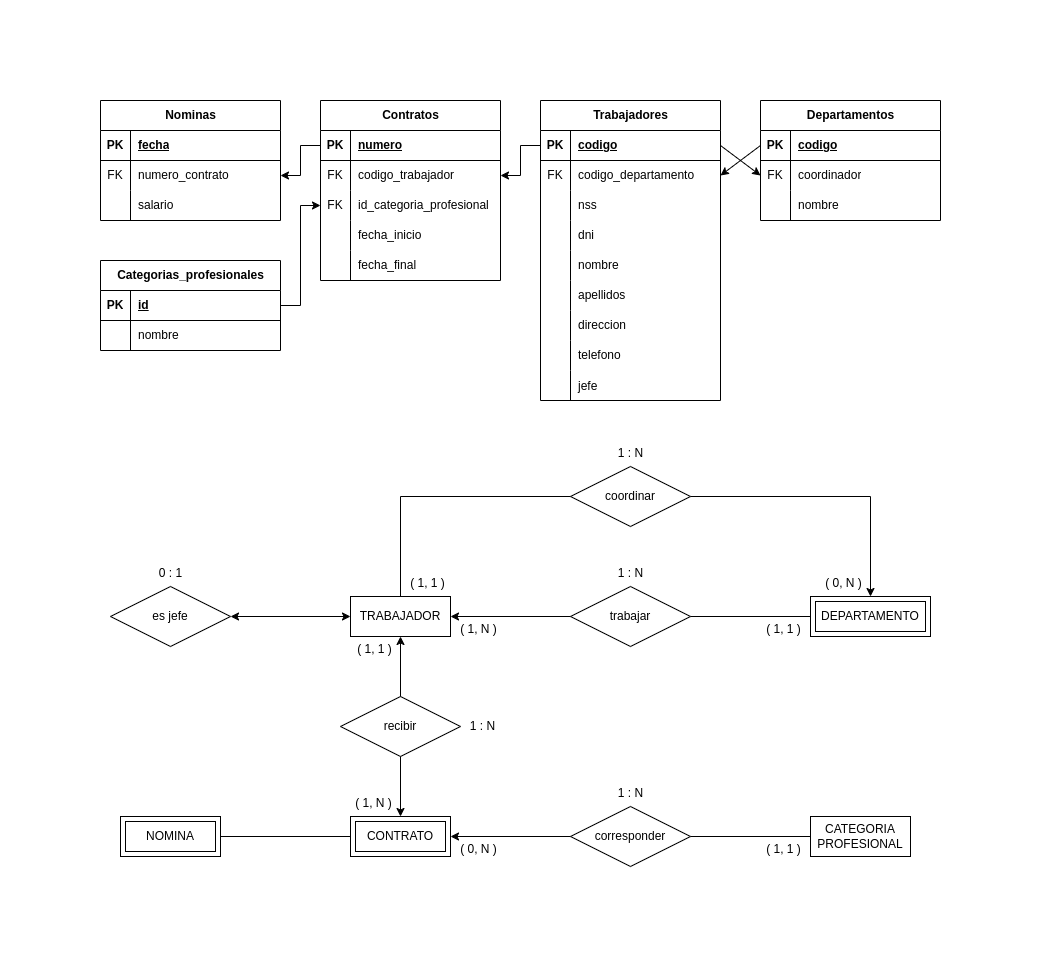
This is CFGS/DAW/BAE/T4_Empresa/Diagrama.png from FJrodafo/University, a draw.io export, as it was before one commit. Source tidied: cells renumbered, new cells last; positions are measured from the earlier drawing's top-left corner, leaving out a move shared by most shapes.
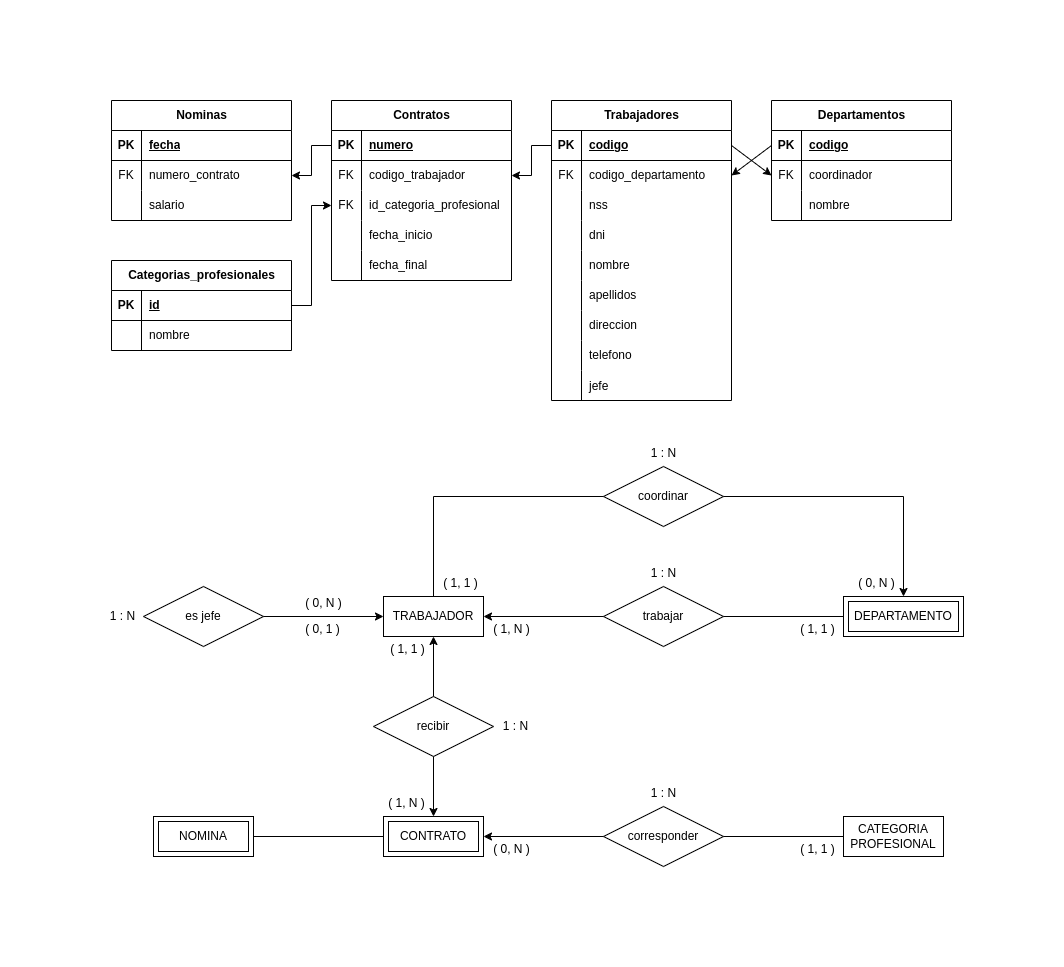
After the commit.

The edit, as a diff of the source:
```diff
@@ -3,7 +3,7 @@
     <mxCell id="0" />
     <mxCell id="1" parent="0" />
     <mxCell id="2" value="Trabajadores" style="shape=table;startSize=30;rowLines=0;fontStyle=1;align=center;html=1;" parent="1" vertex="1">
-      <mxGeometry x="440" width="180" height="300" as="geometry" />
+      <mxGeometry x="418" width="180" height="300" as="geometry" />
     </mxCell>
     <mxCell id="3" style="shape=tableRow;horizontal=0;startSize=0;swimlaneHead=0;swimlaneBody=0;fillColor=none;points=[[0,0.5],[1,0.5]];portConstraint=eastwest;top=0;left=0;right=0;bottom=1;" parent="2" vertex="1">
       <mxGeometry y="30" width="180" height="30" as="geometry" />
@@ -92,8 +92,8 @@
     <mxCell id="31" value="recibir" style="shape=rhombus;perimeter=rhombusPerimeter;whiteSpace=wrap;html=1;align=center;" parent="1" vertex="1">
       <mxGeometry x="240" y="596" width="120" height="60" as="geometry" />
     </mxCell>
-    <mxCell id="32" value="0 : 1" style="text;html=1;align=center;verticalAlign=middle;strokeColor=none;fillColor=none;" parent="1" vertex="1">
-      <mxGeometry x="49.5" y="460" width="41" height="26" as="geometry" />
+    <mxCell id="32" value="1 : N" style="text;html=1;align=center;verticalAlign=middle;strokeColor=none;fillColor=none;" parent="1" vertex="1">
+      <mxGeometry x="-33" y="503" width="43" height="26" as="geometry" />
     </mxCell>
     <mxCell id="33" value="DEPARTAMENTO" style="shape=ext;margin=3;double=1;whiteSpace=wrap;html=1;align=center;" parent="1" vertex="1">
       <mxGeometry x="710" y="496" width="120" height="40" as="geometry" />
@@ -111,7 +111,7 @@
       <mxGeometry x="657" y="516" width="53" height="26" as="geometry" />
     </mxCell>
     <mxCell id="38" value="Departamentos" style="shape=table;startSize=30;rowLines=0;fontStyle=1;align=center;html=1;" parent="1" vertex="1">
-      <mxGeometry x="660" width="180" height="120" as="geometry" />
+      <mxGeometry x="638" width="180" height="120" as="geometry" />
     </mxCell>
     <mxCell id="39" style="shape=tableRow;horizontal=0;startSize=0;swimlaneHead=0;swimlaneBody=0;fillColor=none;points=[[0,0.5],[1,0.5]];portConstraint=eastwest;top=0;left=0;right=0;bottom=1;" parent="38" vertex="1">
       <mxGeometry y="30" width="180" height="30" as="geometry" />
@@ -184,9 +184,6 @@
     <mxCell id="59" value="es jefe" style="shape=rhombus;perimeter=rhombusPerimeter;whiteSpace=wrap;html=1;align=center;" parent="1" vertex="1">
       <mxGeometry x="10" y="486" width="120" height="60" as="geometry" />
     </mxCell>
-    <mxCell id="60" style="endArrow=classic;startArrow=classic;html=1;rounded=0;exitX=1;exitY=0.5;exitDx=0;exitDy=0;entryX=0;entryY=0.5;entryDx=0;entryDy=0;" parent="1" edge="1" source="59" target="30">
-      <mxGeometry relative="1" as="geometry" />
-    </mxCell>
     <mxCell id="61" style="endArrow=classic;html=1;rounded=0;exitX=0.5;exitY=0;exitDx=0;exitDy=0;entryX=0.5;entryY=1;entryDx=0;entryDy=0;" parent="1" edge="1" source="31" target="30">
       <mxGeometry relative="1" as="geometry" />
     </mxCell>
@@ -194,7 +191,7 @@
       <mxGeometry relative="1" as="geometry" />
     </mxCell>
     <mxCell id="63" value="Contratos" style="shape=table;startSize=30;rowLines=0;fontStyle=1;align=center;html=1;" parent="1" vertex="1">
-      <mxGeometry x="220" width="180" height="180" as="geometry" />
+      <mxGeometry x="198" width="180" height="180" as="geometry" />
     </mxCell>
     <mxCell id="64" style="shape=tableRow;horizontal=0;startSize=0;swimlaneHead=0;swimlaneBody=0;fillColor=none;points=[[0,0.5],[1,0.5]];portConstraint=eastwest;top=0;left=0;right=0;bottom=1;" parent="63" vertex="1">
       <mxGeometry y="30" width="180" height="30" as="geometry" />
@@ -244,8 +241,8 @@
     <mxCell id="79" style="endArrow=classic;html=1;rounded=0;entryX=1;entryY=0.5;entryDx=0;entryDy=0;exitX=0;exitY=0.5;exitDx=0;exitDy=0;" parent="1" edge="1" source="3" target="67">
       <mxGeometry relative="1" as="geometry">
         <Array as="points">
-          <mxPoint x="420" y="45" />
-          <mxPoint x="420" y="75" />
+          <mxPoint x="398" y="45" />
+          <mxPoint x="398" y="75" />
         </Array>
       </mxGeometry>
     </mxCell>
@@ -259,7 +256,7 @@
       <mxGeometry x="360" y="613" width="43" height="26" as="geometry" />
     </mxCell>
     <mxCell id="83" value="Categorias_profesionales" style="shape=table;startSize=30;rowLines=0;fontStyle=1;align=center;html=1;" parent="1" vertex="1">
-      <mxGeometry y="160" width="180" height="90" as="geometry" />
+      <mxGeometry x="-22" y="160" width="180" height="90" as="geometry" />
     </mxCell>
     <mxCell id="84" style="shape=tableRow;horizontal=0;startSize=0;swimlaneHead=0;swimlaneBody=0;fillColor=none;points=[[0,0.5],[1,0.5]];portConstraint=eastwest;top=0;left=0;right=0;bottom=1;" parent="83" vertex="1">
       <mxGeometry y="30" width="180" height="30" as="geometry" />
@@ -301,7 +298,7 @@
       <mxGeometry x="508.5" y="680" width="43" height="26" as="geometry" />
     </mxCell>
     <mxCell id="97" value="Nominas" style="shape=table;startSize=30;rowLines=0;fontStyle=1;align=center;html=1;" parent="1" vertex="1">
-      <mxGeometry width="180" height="120" as="geometry" />
+      <mxGeometry x="-22" width="180" height="120" as="geometry" />
     </mxCell>
     <mxCell id="98" style="shape=tableRow;horizontal=0;startSize=0;swimlaneHead=0;swimlaneBody=0;fillColor=none;top=0;left=0;right=0;bottom=1;" parent="97" vertex="1">
       <mxGeometry y="30" width="180" height="30" as="geometry" />
@@ -339,18 +336,27 @@
     <mxCell id="109" style="endArrow=classic;html=1;rounded=0;exitX=1;exitY=0.5;exitDx=0;exitDy=0;entryX=0;entryY=0.5;entryDx=0;entryDy=0;" parent="1" edge="1" source="84" target="70">
       <mxGeometry relative="1" as="geometry">
         <Array as="points">
-          <mxPoint x="200" y="205" />
-          <mxPoint x="200" y="105" />
+          <mxPoint x="178" y="205" />
+          <mxPoint x="178" y="105" />
         </Array>
       </mxGeometry>
     </mxCell>
     <mxCell id="110" style="endArrow=classic;html=1;rounded=0;entryX=1;entryY=0.5;entryDx=0;entryDy=0;exitX=0;exitY=0.5;exitDx=0;exitDy=0;" parent="1" edge="1" source="64" target="101">
       <mxGeometry relative="1" as="geometry">
         <Array as="points">
-          <mxPoint x="200" y="45" />
-          <mxPoint x="200" y="75" />
+          <mxPoint x="178" y="45" />
+          <mxPoint x="178" y="75" />
         </Array>
       </mxGeometry>
     </mxCell>
+    <mxCell id="60" style="endArrow=classic;html=1;rounded=0;exitX=1;exitY=0.5;exitDx=0;exitDy=0;entryX=0;entryY=0.5;entryDx=0;entryDy=0;" parent="1" edge="1" source="59" target="30">
+      <mxGeometry relative="1" as="geometry" />
+    </mxCell>
+    <mxCell id="111" value="( 0, N )" style="text;html=1;align=center;verticalAlign=middle;strokeColor=none;fillColor=none;" parent="1" vertex="1">
+      <mxGeometry x="162" y="490" width="55" height="26" as="geometry" />
+    </mxCell>
+    <mxCell id="112" value="( 0, 1 )" style="text;html=1;align=center;verticalAlign=middle;strokeColor=none;fillColor=none;" parent="1" vertex="1">
+      <mxGeometry x="162" y="516" width="53" height="26" as="geometry" />
+    </mxCell>
   </root>
 </mxGraphModel>
```
